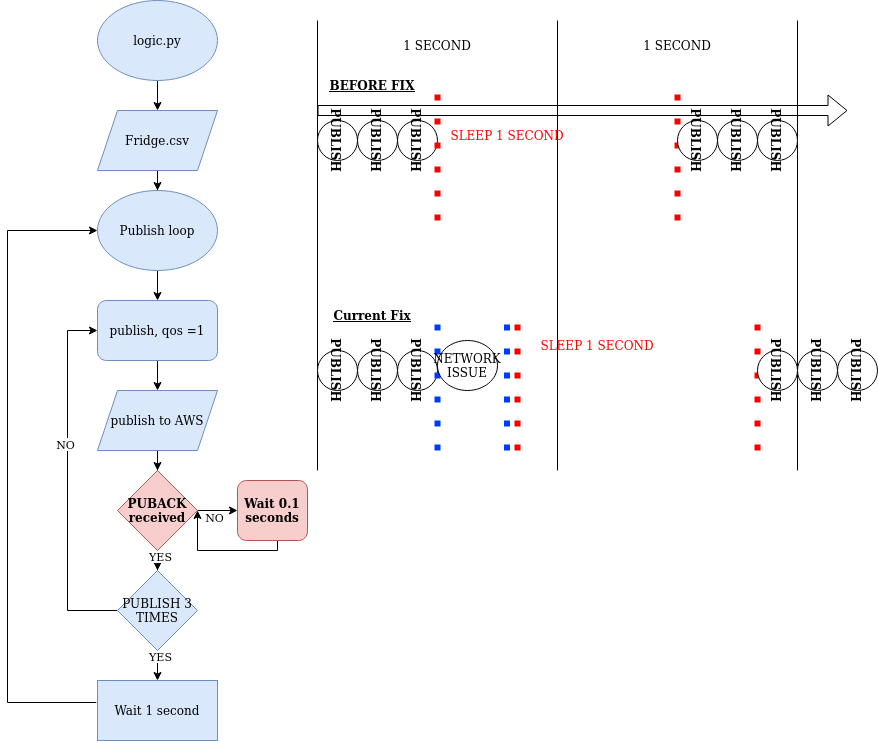
This is errors.drawio.png from aimanhaizal/turbo-octo-waddle, a draw.io export, as it was before one commit. Source tidied: cells renumbered, new cells last; positions are measured from the earlier drawing's top-left corner, leaving out a move shared by most shapes.
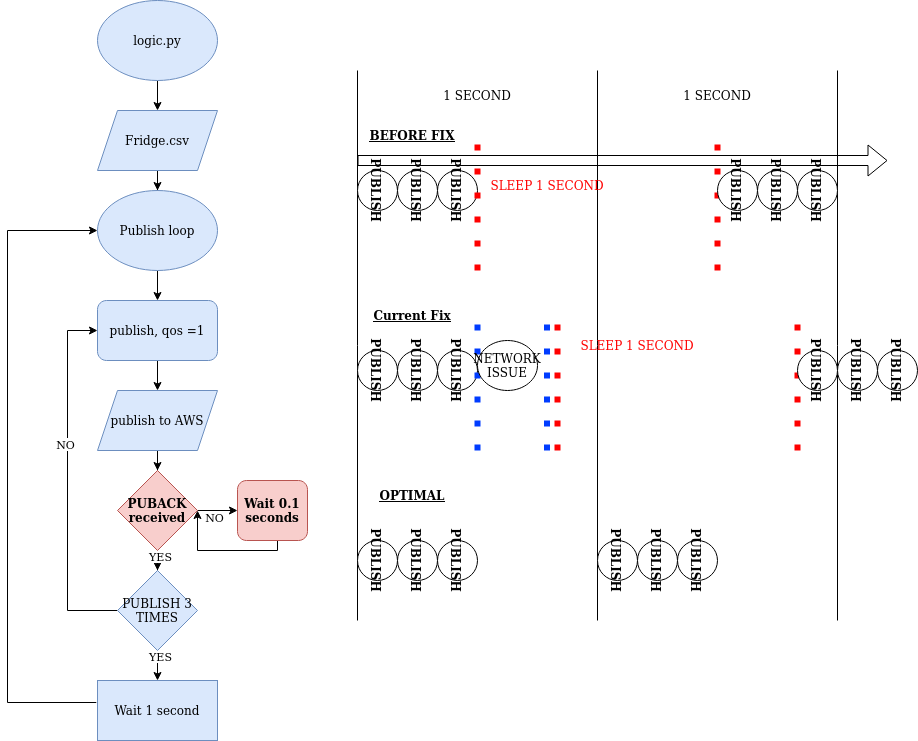
After the change.

Diff of the diagram source:
```diff
@@ -76,120 +76,120 @@
     </mxCell>
     <mxCell id="21" style="shape=flexArrow;endArrow=classic;html=1;rounded=0;" parent="1" edge="1">
       <mxGeometry relative="1" as="geometry">
-        <mxPoint x="310" y="110" as="sourcePoint" />
-        <mxPoint x="840" y="110" as="targetPoint" />
+        <mxPoint x="350" y="160" as="sourcePoint" />
+        <mxPoint x="880" y="160" as="targetPoint" />
       </mxGeometry>
     </mxCell>
     <mxCell id="22" style="endArrow=none;html=1;rounded=0;" parent="1" edge="1">
       <mxGeometry relative="1" as="geometry">
-        <mxPoint x="310" y="470" as="sourcePoint" />
-        <mxPoint x="310" y="20" as="targetPoint" />
+        <mxPoint x="350" y="620" as="sourcePoint" />
+        <mxPoint x="350" y="70" as="targetPoint" />
       </mxGeometry>
     </mxCell>
     <mxCell id="23" value="1 SECOND" style="text;html=1;align=center;verticalAlign=middle;whiteSpace=wrap;rounded=0;" parent="1" vertex="1">
-      <mxGeometry x="390" y="30" width="80" height="30" as="geometry" />
+      <mxGeometry x="430" y="80" width="80" height="30" as="geometry" />
     </mxCell>
     <mxCell id="24" style="endArrow=none;html=1;rounded=0;" parent="1" edge="1">
       <mxGeometry relative="1" as="geometry">
-        <mxPoint x="550" y="470" as="sourcePoint" />
-        <mxPoint x="550" y="20" as="targetPoint" />
+        <mxPoint x="590" y="620" as="sourcePoint" />
+        <mxPoint x="590" y="70" as="targetPoint" />
       </mxGeometry>
     </mxCell>
     <mxCell id="25" value="&lt;b&gt;PUBLISH&lt;/b&gt;" style="ellipse;whiteSpace=wrap;html=1;rotation=90;" parent="1" vertex="1">
-      <mxGeometry x="310" y="120" width="40" height="40" as="geometry" />
+      <mxGeometry x="350" y="170" width="40" height="40" as="geometry" />
     </mxCell>
     <mxCell id="26" value="&lt;b&gt;PUBLISH&lt;/b&gt;" style="ellipse;whiteSpace=wrap;html=1;rotation=90;" parent="1" vertex="1">
-      <mxGeometry x="350" y="120" width="40" height="40" as="geometry" />
+      <mxGeometry x="390" y="170" width="40" height="40" as="geometry" />
     </mxCell>
     <mxCell id="27" value="&lt;b&gt;PUBLISH&lt;/b&gt;" style="ellipse;whiteSpace=wrap;html=1;rotation=90;" parent="1" vertex="1">
-      <mxGeometry x="390" y="120" width="40" height="40" as="geometry" />
+      <mxGeometry x="430" y="170" width="40" height="40" as="geometry" />
     </mxCell>
     <mxCell id="28" style="endArrow=none;dashed=1;html=1;dashPattern=1 3;strokeWidth=6;rounded=0;strokeColor=#FF0000;curved=0;" parent="1" edge="1">
       <mxGeometry relative="1" as="geometry">
-        <mxPoint x="430" y="220" as="sourcePoint" />
-        <mxPoint x="430" y="90" as="targetPoint" />
+        <mxPoint x="470" y="270" as="sourcePoint" />
+        <mxPoint x="470" y="140" as="targetPoint" />
       </mxGeometry>
     </mxCell>
     <mxCell id="29" style="endArrow=none;dashed=1;html=1;dashPattern=1 3;strokeWidth=6;rounded=0;strokeColor=#FF0000;curved=0;" parent="1" edge="1">
       <mxGeometry relative="1" as="geometry">
-        <mxPoint x="670" y="220" as="sourcePoint" />
-        <mxPoint x="670" y="90" as="targetPoint" />
+        <mxPoint x="710" y="270" as="sourcePoint" />
+        <mxPoint x="710" y="140" as="targetPoint" />
       </mxGeometry>
     </mxCell>
     <mxCell id="30" style="endArrow=none;html=1;rounded=0;" parent="1" edge="1">
       <mxGeometry relative="1" as="geometry">
-        <mxPoint x="790" y="470" as="sourcePoint" />
-        <mxPoint x="790" y="20" as="targetPoint" />
+        <mxPoint x="830" y="620" as="sourcePoint" />
+        <mxPoint x="830" y="70" as="targetPoint" />
       </mxGeometry>
     </mxCell>
     <mxCell id="31" value="1 SECOND" style="text;html=1;align=center;verticalAlign=middle;whiteSpace=wrap;rounded=0;" parent="1" vertex="1">
-      <mxGeometry x="630" y="30" width="80" height="30" as="geometry" />
+      <mxGeometry x="670" y="80" width="80" height="30" as="geometry" />
     </mxCell>
     <mxCell id="32" value="&lt;font color=&quot;#ff0000&quot;&gt;SLEEP 1 SECOND&lt;/font&gt;" style="text;html=1;align=center;verticalAlign=middle;whiteSpace=wrap;rounded=0;" parent="1" vertex="1">
-      <mxGeometry x="430" y="120" width="140" height="30" as="geometry" />
+      <mxGeometry x="470" y="170" width="140" height="30" as="geometry" />
     </mxCell>
     <mxCell id="33" value="&lt;b&gt;PUBLISH&lt;/b&gt;" style="ellipse;whiteSpace=wrap;html=1;rotation=90;" parent="1" vertex="1">
-      <mxGeometry x="670" y="120" width="40" height="40" as="geometry" />
+      <mxGeometry x="710" y="170" width="40" height="40" as="geometry" />
     </mxCell>
     <mxCell id="34" value="&lt;b&gt;PUBLISH&lt;/b&gt;" style="ellipse;whiteSpace=wrap;html=1;rotation=90;" parent="1" vertex="1">
-      <mxGeometry x="710" y="120" width="40" height="40" as="geometry" />
+      <mxGeometry x="750" y="170" width="40" height="40" as="geometry" />
     </mxCell>
     <mxCell id="35" value="&lt;b&gt;PUBLISH&lt;/b&gt;" style="ellipse;whiteSpace=wrap;html=1;rotation=90;" parent="1" vertex="1">
-      <mxGeometry x="750" y="120" width="40" height="40" as="geometry" />
+      <mxGeometry x="790" y="170" width="40" height="40" as="geometry" />
     </mxCell>
     <mxCell id="36" value="&lt;u&gt;&lt;b&gt;Current Fix&lt;/b&gt;&lt;/u&gt;" style="text;html=1;align=center;verticalAlign=middle;whiteSpace=wrap;rounded=0;" parent="1" vertex="1">
-      <mxGeometry x="310" y="300" width="110" height="30" as="geometry" />
+      <mxGeometry x="350" y="300" width="110" height="30" as="geometry" />
     </mxCell>
     <mxCell id="37" value="&lt;b&gt;PUBLISH&lt;/b&gt;" style="ellipse;whiteSpace=wrap;html=1;rotation=90;" parent="1" vertex="1">
-      <mxGeometry x="310" y="350" width="40" height="40" as="geometry" />
+      <mxGeometry x="350" y="350" width="40" height="40" as="geometry" />
     </mxCell>
     <mxCell id="38" value="&lt;b&gt;PUBLISH&lt;/b&gt;" style="ellipse;whiteSpace=wrap;html=1;rotation=90;" parent="1" vertex="1">
-      <mxGeometry x="350" y="350" width="40" height="40" as="geometry" />
+      <mxGeometry x="390" y="350" width="40" height="40" as="geometry" />
     </mxCell>
     <mxCell id="39" value="&lt;b&gt;PUBLISH&lt;/b&gt;" style="ellipse;whiteSpace=wrap;html=1;rotation=90;" parent="1" vertex="1">
-      <mxGeometry x="390" y="350" width="40" height="40" as="geometry" />
+      <mxGeometry x="430" y="350" width="40" height="40" as="geometry" />
     </mxCell>
     <mxCell id="40" style="endArrow=none;dashed=1;html=1;dashPattern=1 3;strokeWidth=6;rounded=0;strokeColor=#FF0000;curved=0;" parent="1" edge="1">
       <mxGeometry relative="1" as="geometry">
-        <mxPoint x="510" y="450" as="sourcePoint" />
-        <mxPoint x="510" y="320" as="targetPoint" />
+        <mxPoint x="550" y="450" as="sourcePoint" />
+        <mxPoint x="550" y="320" as="targetPoint" />
       </mxGeometry>
     </mxCell>
     <mxCell id="41" style="endArrow=none;dashed=1;html=1;dashPattern=1 3;strokeWidth=6;rounded=0;strokeColor=#FF0000;curved=0;" parent="1" edge="1">
       <mxGeometry relative="1" as="geometry">
-        <mxPoint x="750" y="450" as="sourcePoint" />
-        <mxPoint x="750" y="320" as="targetPoint" />
+        <mxPoint x="790" y="450" as="sourcePoint" />
+        <mxPoint x="790" y="320" as="targetPoint" />
       </mxGeometry>
     </mxCell>
     <mxCell id="42" value="&lt;font color=&quot;#ff0000&quot;&gt;SLEEP 1 SECOND&lt;/font&gt;" style="text;html=1;align=center;verticalAlign=middle;whiteSpace=wrap;rounded=0;" parent="1" vertex="1">
-      <mxGeometry x="520" y="330" width="140" height="30" as="geometry" />
+      <mxGeometry x="560" y="330" width="140" height="30" as="geometry" />
     </mxCell>
     <mxCell id="43" value="&lt;b&gt;PUBLISH&lt;/b&gt;" style="ellipse;whiteSpace=wrap;html=1;rotation=90;" parent="1" vertex="1">
-      <mxGeometry x="750" y="350" width="40" height="40" as="geometry" />
+      <mxGeometry x="790" y="350" width="40" height="40" as="geometry" />
     </mxCell>
     <mxCell id="44" value="&lt;b&gt;PUBLISH&lt;/b&gt;" style="ellipse;whiteSpace=wrap;html=1;rotation=90;" parent="1" vertex="1">
-      <mxGeometry x="790" y="350" width="40" height="40" as="geometry" />
+      <mxGeometry x="830" y="350" width="40" height="40" as="geometry" />
     </mxCell>
     <mxCell id="45" value="&lt;b&gt;PUBLISH&lt;/b&gt;" style="ellipse;whiteSpace=wrap;html=1;rotation=90;" parent="1" vertex="1">
-      <mxGeometry x="830" y="350" width="40" height="40" as="geometry" />
+      <mxGeometry x="870" y="350" width="40" height="40" as="geometry" />
     </mxCell>
     <mxCell id="46" style="endArrow=none;dashed=1;html=1;dashPattern=1 3;strokeWidth=6;rounded=0;strokeColor=#003CFF;curved=0;" parent="1" edge="1">
       <mxGeometry relative="1" as="geometry">
-        <mxPoint x="430" y="450" as="sourcePoint" />
-        <mxPoint x="430" y="320" as="targetPoint" />
+        <mxPoint x="470" y="450" as="sourcePoint" />
+        <mxPoint x="470" y="320" as="targetPoint" />
       </mxGeometry>
     </mxCell>
     <mxCell id="47" style="endArrow=none;dashed=1;html=1;dashPattern=1 3;strokeWidth=6;rounded=0;strokeColor=#003CFF;curved=0;" parent="1" edge="1">
       <mxGeometry relative="1" as="geometry">
-        <mxPoint x="499.5" y="450" as="sourcePoint" />
-        <mxPoint x="499.5" y="320" as="targetPoint" />
+        <mxPoint x="539.5" y="450" as="sourcePoint" />
+        <mxPoint x="539.5" y="320" as="targetPoint" />
       </mxGeometry>
     </mxCell>
     <mxCell id="48" value="NETWORK ISSUE" style="ellipse;whiteSpace=wrap;html=1;" parent="1" vertex="1">
-      <mxGeometry x="430" y="340" width="60" height="50" as="geometry" />
+      <mxGeometry x="470" y="340" width="60" height="50" as="geometry" />
     </mxCell>
     <mxCell id="49" value="&lt;u&gt;&lt;b&gt;BEFORE FIX&lt;br&gt;&lt;/b&gt;&lt;/u&gt;" style="text;html=1;align=center;verticalAlign=middle;whiteSpace=wrap;rounded=0;" parent="1" vertex="1">
-      <mxGeometry x="310" y="70" width="110" height="30" as="geometry" />
+      <mxGeometry x="350" y="120" width="110" height="30" as="geometry" />
     </mxCell>
     <mxCell id="50" style="edgeStyle=orthogonalEdgeStyle;rounded=0;jettySize=auto;html=1;" parent="1" edge="1" source="52" target="53">
       <mxGeometry relative="1" as="geometry" />
@@ -213,5 +213,26 @@
         </Array>
       </mxGeometry>
     </mxCell>
+    <mxCell id="55" value="&lt;b&gt;PUBLISH&lt;/b&gt;" style="ellipse;whiteSpace=wrap;html=1;rotation=90;" parent="1" vertex="1">
+      <mxGeometry x="350" y="540" width="40" height="40" as="geometry" />
+    </mxCell>
+    <mxCell id="56" value="&lt;b&gt;PUBLISH&lt;/b&gt;" style="ellipse;whiteSpace=wrap;html=1;rotation=90;" parent="1" vertex="1">
+      <mxGeometry x="390" y="540" width="40" height="40" as="geometry" />
+    </mxCell>
+    <mxCell id="57" value="&lt;b&gt;PUBLISH&lt;/b&gt;" style="ellipse;whiteSpace=wrap;html=1;rotation=90;" parent="1" vertex="1">
+      <mxGeometry x="430" y="540" width="40" height="40" as="geometry" />
+    </mxCell>
+    <mxCell id="58" value="&lt;b&gt;PUBLISH&lt;/b&gt;" style="ellipse;whiteSpace=wrap;html=1;rotation=90;" parent="1" vertex="1">
+      <mxGeometry x="590" y="540" width="40" height="40" as="geometry" />
+    </mxCell>
+    <mxCell id="59" value="&lt;b&gt;PUBLISH&lt;/b&gt;" style="ellipse;whiteSpace=wrap;html=1;rotation=90;" parent="1" vertex="1">
+      <mxGeometry x="630" y="540" width="40" height="40" as="geometry" />
+    </mxCell>
+    <mxCell id="60" value="&lt;b&gt;PUBLISH&lt;/b&gt;" style="ellipse;whiteSpace=wrap;html=1;rotation=90;" parent="1" vertex="1">
+      <mxGeometry x="670" y="540" width="40" height="40" as="geometry" />
+    </mxCell>
+    <mxCell id="61" value="&lt;u&gt;&lt;b&gt;OPTIMAL&lt;/b&gt;&lt;/u&gt;" style="text;html=1;align=center;verticalAlign=middle;whiteSpace=wrap;rounded=0;" parent="1" vertex="1">
+      <mxGeometry x="350" y="480" width="110" height="30" as="geometry" />
+    </mxCell>
   </root>
 </mxGraphModel>
```
